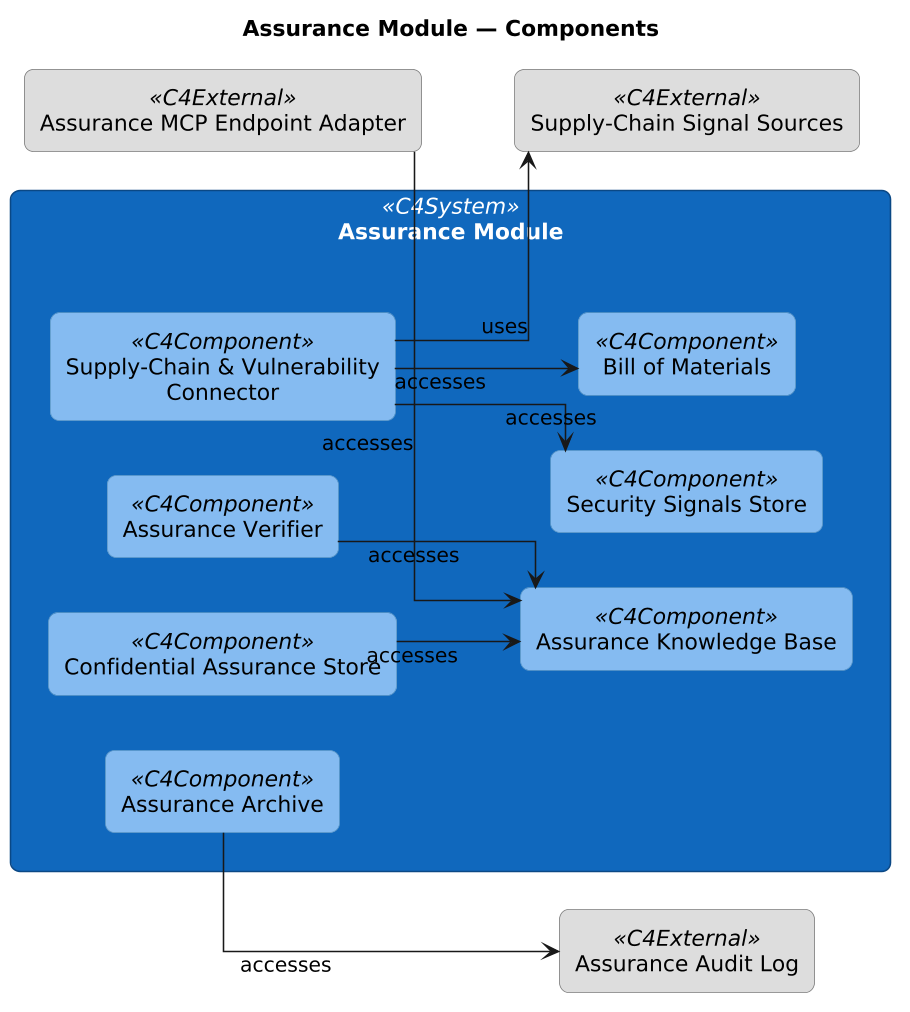
Earlier version of the PlantUML export engagements/ENG-ARCH-REPO/architecture-repository/diagram-catalog/rendered/CC@1780829796.SOoZQh.assurance-module-components.png (mbauer83/assisted-architecture-management).
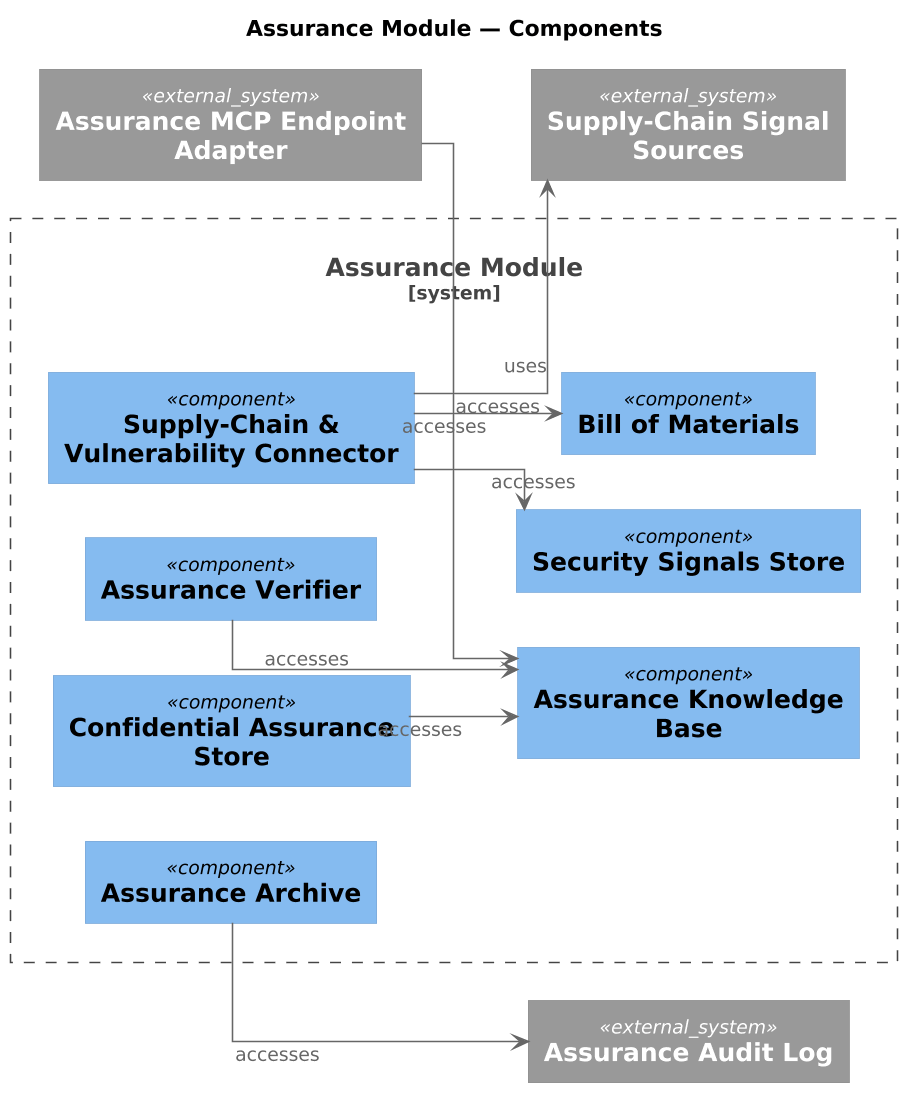
Above is the later version.

What changed in the source:
```diff
@@ -1,51 +1,23 @@
 @startuml
 skinparamlocked dpi 150
+!include <C4/C4_Component>
 left to right direction
 skinparam shadowing false
 skinparam linetype ortho
 skinparam defaultTextAlignment center
 skinparam wrapWidth 240
 skinparam maxMessageSize 240
-skinparam rectangle {
-  RoundCorner 12
-  Padding 10
-}
-skinparam actor {
-  BackgroundColor #08427b
-  BorderColor #052e56
-  FontColor white
-}
-skinparam rectangle<<C4System>> {
-  BackgroundColor #1168bd
-  BorderColor #0b4884
-  FontColor white
-}
-skinparam rectangle<<C4Container>> {
-  BackgroundColor #438dd5
-  BorderColor #2f6da6
-  FontColor white
-}
-skinparam rectangle<<C4Component>> {
-  BackgroundColor #85bbf0
-  BorderColor #5e98c8
-  FontColor black
-}
-skinparam rectangle<<C4External>> {
-  BackgroundColor #dddddd
-  BorderColor #777777
-  FontColor black
-}
 
 title Assurance Module — Components
 
-rectangle "Assurance Module" <<C4System>> as GRP_rW_2nX {
-  rectangle "Confidential Assurance Store" <<C4Component>> as APP_E0fzqZ
-  rectangle "Assurance Archive" <<C4Component>> as APP_GnsLC8
-  rectangle "Assurance Verifier" <<C4Component>> as APP_XFD85E
-  rectangle "Supply-Chain & Vulnerability Connector" <<C4Component>> as APP_e2zPs6
-  rectangle "Assurance Knowledge Base" <<C4Component>> as DOB_ApaPcg
-  rectangle "Bill of Materials" <<C4Component>> as DOB_dRnK_o
-  rectangle "Security Signals Store" <<C4Component>> as DOB_p04R7k
+System_Boundary(GRP_rW_2nX, "Assurance Module") {
+  Component(APP_E0fzqZ, "Confidential Assurance Store", "")
+  Component(APP_GnsLC8, "Assurance Archive", "")
+  Component(APP_XFD85E, "Assurance Verifier", "")
+  Component(APP_e2zPs6, "Supply-Chain & Vulnerability Connector", "")
+  Component(DOB_ApaPcg, "Assurance Knowledge Base", "")
+  Component(DOB_dRnK_o, "Bill of Materials", "")
+  Component(DOB_p04R7k, "Security Signals Store", "")
   APP_E0fzqZ -[hidden]right- APP_GnsLC8
   APP_GnsLC8 -[hidden]right- APP_XFD85E
   APP_XFD85E -[hidden]right- APP_e2zPs6
@@ -55,9 +27,9 @@
 
 }
 
-rectangle "Assurance MCP Endpoint Adapter" <<C4External>> as APP_m_U5S1
-rectangle "Supply-Chain Signal Sources" <<C4External>> as APP_JqIBPJ
-rectangle "Assurance Audit Log" <<C4External>> as DOB_H_xFye
+System_Ext(APP_m_U5S1, "Assurance MCP Endpoint Adapter")
+System_Ext(APP_JqIBPJ, "Supply-Chain Signal Sources")
+System_Ext(DOB_H_xFye, "Assurance Audit Log")
 
 GRP_rW_2nX -[hidden]right- APP_m_U5S1
 APP_m_U5S1 -[hidden]right- APP_JqIBPJ
```
